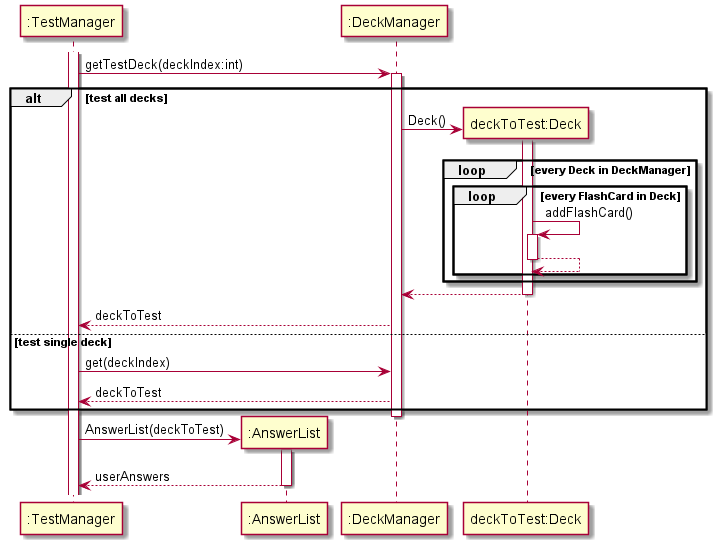
Earlier version of the PlantUML export docs/assets/getTestDeckSequenceDiagram.png (xkisxk/tp).
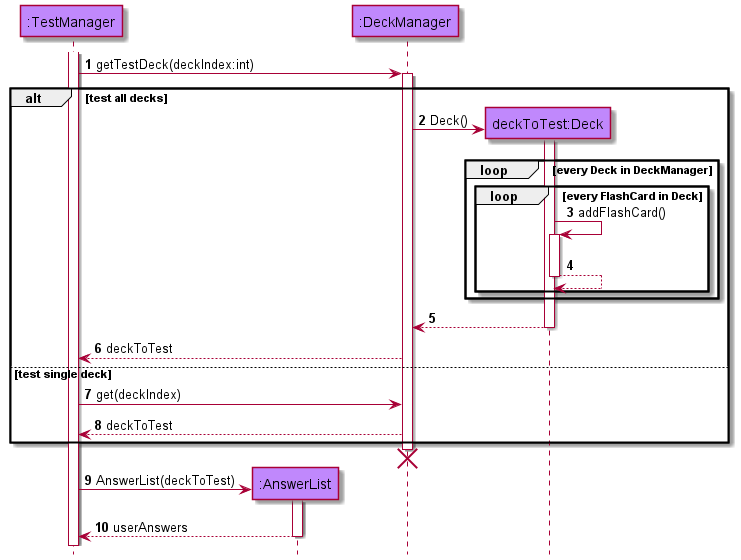
The same file after the commit.

The edit, as a diff of the source:
```diff
@@ -1,8 +1,12 @@
 @startuml
-participant ":TestManager" as TestManager
-participant ":AnswerList" as AnswerList
-participant ":DeckManager" as DeckManager
-participant "deckToTest:Deck" as Deck
+!include style.puml
+autonumber
+hide footbox
+
+participant ":TestManager" as TestManager modelCOLOUR
+participant ":AnswerList" as AnswerList modelCOLOUR
+participant ":DeckManager" as DeckManager modelCOLOUR
+participant "deckToTest:Deck" as Deck modelCOLOUR
 
 activate TestManager
 
@@ -31,6 +35,7 @@
 DeckManager --> TestManager : deckToTest
 end
 deactivate DeckManager
+destroy DeckManager
 
 TestManager -> AnswerList **: AnswerList(deckToTest)
 activate AnswerList
```
